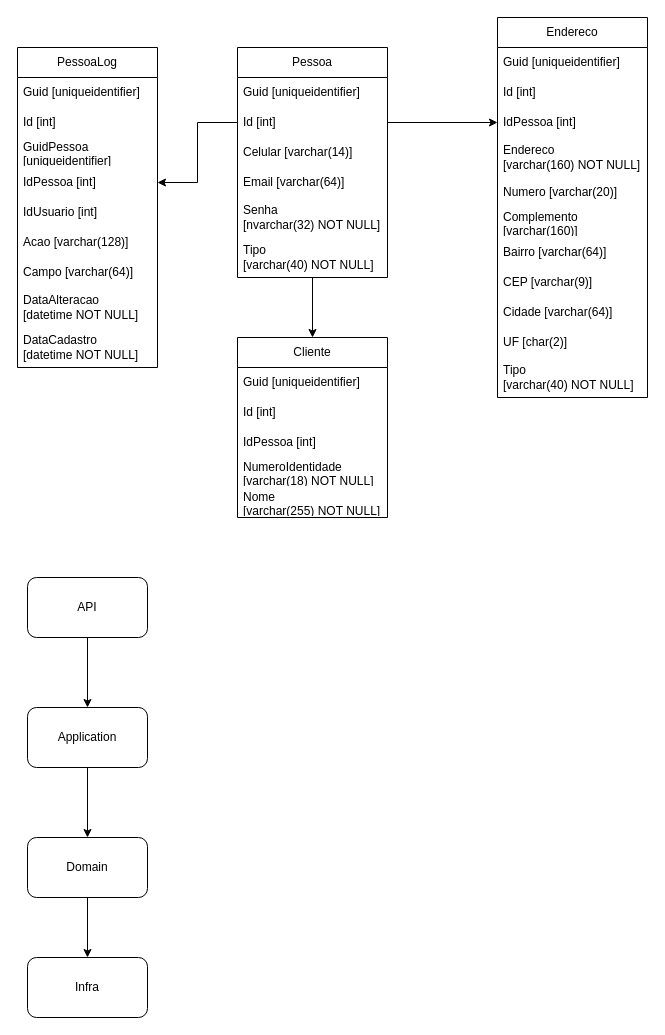
The draw.io diagram Diagrams/Tables Diagram.drawio in Gabriel2Mello/Ecommerce-with-CSharp, before the edit. Source tidied: cells renumbered, new cells numbered last; positions are measured from the earlier drawing's top-left corner, leaving out a move shared by most shapes. Both pictures are drawn from the tidied source at 100%, with x=0, y=0 at pixel (17, 17).
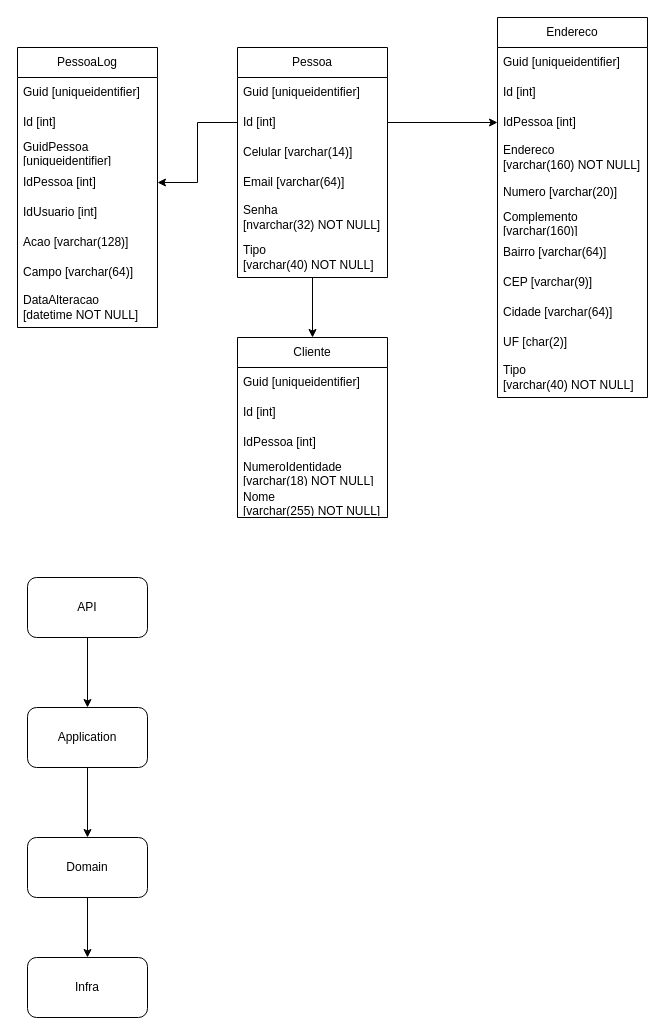
After the change.

Diff of the diagram source:
```diff
@@
     <mxCell id="28" value="PessoaLog" style="swimlane;fontStyle=0;horizontal=1;startSize=30;whiteSpace=wrap;html=1;" parent="1" vertex="1">
-      <mxGeometry y="30" width="140" height="320" as="geometry" />
+      <mxGeometry y="30" width="140" height="280" as="geometry" />
     </mxCell>
@@
-    <mxCell id="37" value="DataCadastro &lt;br&gt;[datetime NOT NULL]" style="text;strokeColor=none;fillColor=none;align=left;verticalAlign=middle;spacingLeft=4;spacingRight=4;overflow=hidden;whiteSpace=wrap;html=1;" parent="28" vertex="1">
-      <mxGeometry y="280" width="140" height="40" as="geometry" />
-    </mxCell>
```
